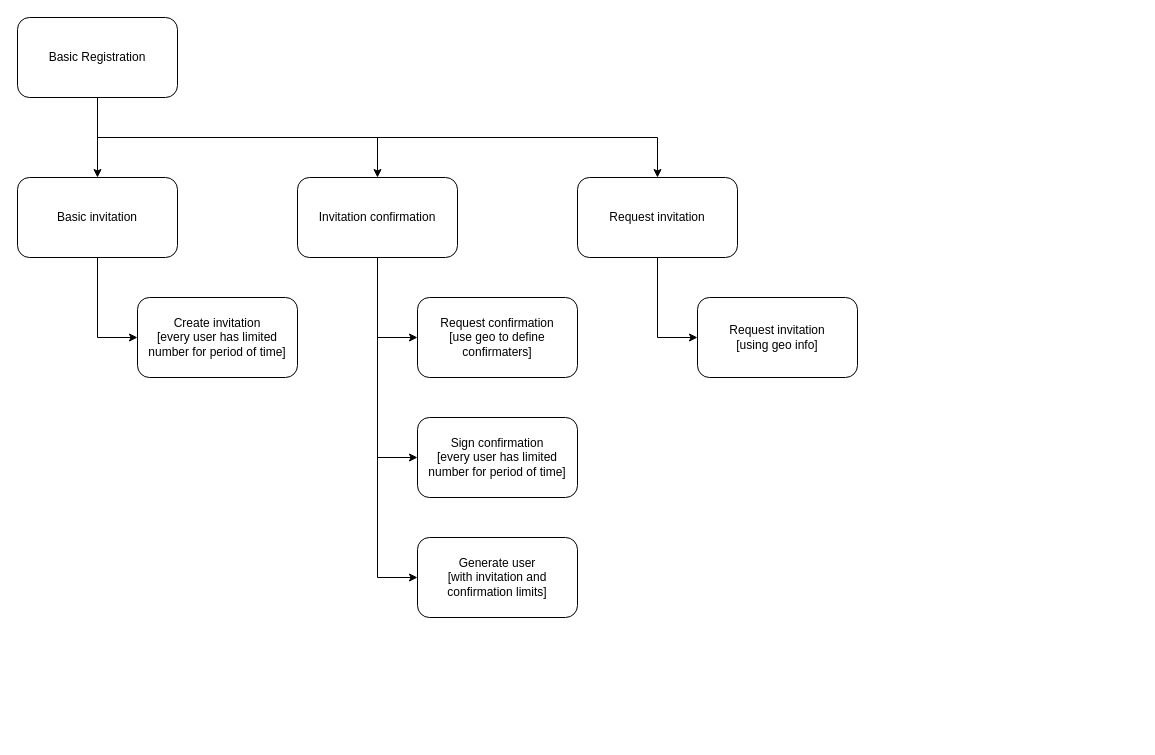
markvandal/ds.info keeps this draw.io diagram as page "Basic registration" (2 of 4) of architecture/crdesign.drawio. Above is the earlier version. Source tidied: cells renumbered, new cells numbered last; positions are measured from the earlier drawing's top-left corner, leaving out a move shared by most shapes. Both pictures are drawn from the tidied source at 100%, with x=0, y=0 at pixel (17, 17).
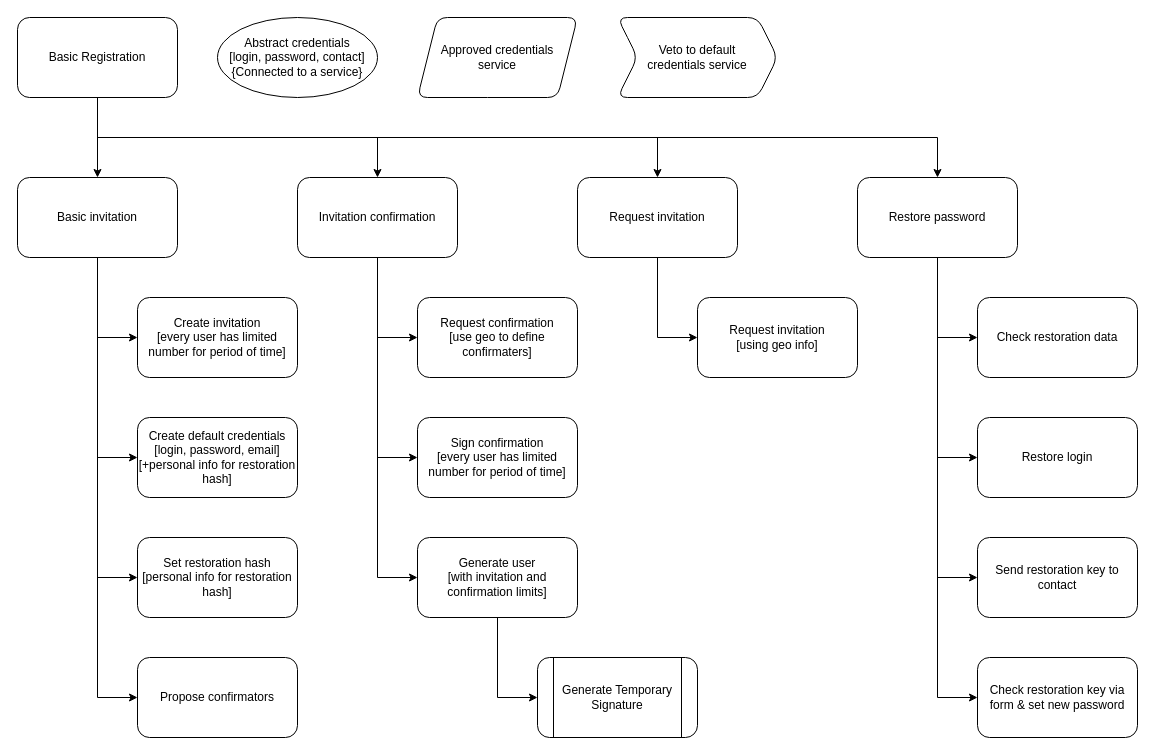
The same page after the edit.

Unchanged cells that the change refers to:
```xml
<mxCell id="5" value="Basic Registration" style="rounded=1;whiteSpace=wrap;html=1;" parent="1" vertex="1">
  <mxGeometry width="160" height="80" as="geometry" />
</mxCell>
<mxCell id="7" value="Basic invitation" style="rounded=1;whiteSpace=wrap;html=1;" parent="1" vertex="1">
  <mxGeometry y="160" width="160" height="80" as="geometry" />
</mxCell>
<mxCell id="15" value="Generate user&lt;br&gt;[with invitation and confirmation limits]" style="rounded=1;whiteSpace=wrap;html=1;" parent="1" vertex="1">
  <mxGeometry x="400" y="520" width="160" height="80" as="geometry" />
</mxCell>
```

What changed in the source:
```diff
@@
+    <mxCell id="19" style="edgeStyle=orthogonalEdgeStyle;rounded=0;jettySize=auto;html=1;exitX=0.5;exitY=1;exitDx=0;exitDy=0;" parent="1" edge="1" source="5" target="28">
+      <mxGeometry relative="1" as="geometry" />
+    </mxCell>
@@
+    <mxCell id="20" style="edgeStyle=orthogonalEdgeStyle;rounded=0;jettySize=auto;html=1;exitX=0.5;exitY=1;exitDx=0;exitDy=0;entryX=0;entryY=0.5;entryDx=0;entryDy=0;" parent="1" edge="1" source="7" target="36">
+      <mxGeometry relative="1" as="geometry" />
+    </mxCell>
+    <mxCell id="21" style="edgeStyle=orthogonalEdgeStyle;rounded=0;jettySize=auto;html=1;exitX=0.5;exitY=1;exitDx=0;exitDy=0;entryX=0;entryY=0.5;entryDx=0;entryDy=0;" parent="1" edge="1" source="7" target="38">
+      <mxGeometry relative="1" as="geometry" />
+    </mxCell>
@@
+    <mxCell id="22" style="edgeStyle=orthogonalEdgeStyle;rounded=0;jettySize=auto;html=1;exitX=0.5;exitY=1;exitDx=0;exitDy=0;entryX=0;entryY=0.5;entryDx=0;entryDy=0;" parent="1" edge="1" source="7" target="29">
+      <mxGeometry relative="1" as="geometry" />
+    </mxCell>
@@
+    <mxCell id="23" style="edgeStyle=orthogonalEdgeStyle;rounded=0;jettySize=auto;html=1;entryX=0;entryY=0.5;entryDx=0;entryDy=0;" parent="1" edge="1" source="15" target="39">
+      <mxGeometry relative="1" as="geometry" />
+    </mxCell>
@@
+    <mxCell id="24" style="edgeStyle=orthogonalEdgeStyle;rounded=0;jettySize=auto;html=1;exitX=0.5;exitY=1;exitDx=0;exitDy=0;entryX=0;entryY=0.5;entryDx=0;entryDy=0;" parent="1" edge="1" source="28" target="30">
+      <mxGeometry relative="1" as="geometry" />
+    </mxCell>
+    <mxCell id="25" style="edgeStyle=orthogonalEdgeStyle;rounded=0;jettySize=auto;html=1;exitX=0.5;exitY=1;exitDx=0;exitDy=0;entryX=0;entryY=0.5;entryDx=0;entryDy=0;" parent="1" edge="1" source="28" target="31">
+      <mxGeometry relative="1" as="geometry" />
+    </mxCell>
+    <mxCell id="26" style="edgeStyle=orthogonalEdgeStyle;rounded=0;jettySize=auto;html=1;exitX=0.5;exitY=1;exitDx=0;exitDy=0;entryX=0;entryY=0.5;entryDx=0;entryDy=0;" parent="1" edge="1" source="28" target="32">
+      <mxGeometry relative="1" as="geometry" />
+    </mxCell>
+    <mxCell id="27" style="edgeStyle=orthogonalEdgeStyle;rounded=0;jettySize=auto;html=1;exitX=0.5;exitY=1;exitDx=0;exitDy=0;entryX=0;entryY=0.5;entryDx=0;entryDy=0;" parent="1" edge="1" source="28" target="33">
+      <mxGeometry relative="1" as="geometry" />
+    </mxCell>
+    <mxCell id="28" value="Restore password" style="rounded=1;whiteSpace=wrap;html=1;" parent="1" vertex="1">
+      <mxGeometry x="840" y="160" width="160" height="80" as="geometry" />
+    </mxCell>
+    <mxCell id="29" value="Create default credentials&lt;br&gt;[login, password, email]&lt;br&gt;[+personal info for restoration hash]" style="rounded=1;whiteSpace=wrap;html=1;" parent="1" vertex="1">
+      <mxGeometry x="120" y="400" width="160" height="80" as="geometry" />
+    </mxCell>
+    <mxCell id="30" value="Check restoration data" style="rounded=1;whiteSpace=wrap;html=1;" parent="1" vertex="1">
+      <mxGeometry x="960" y="280" width="160" height="80" as="geometry" />
+    </mxCell>
+    <mxCell id="31" value="Send restoration key to contact" style="rounded=1;whiteSpace=wrap;html=1;" parent="1" vertex="1">
+      <mxGeometry x="960" y="520" width="160" height="80" as="geometry" />
+    </mxCell>
+    <mxCell id="32" value="Check restoration key via form &amp;amp; set new password" style="rounded=1;whiteSpace=wrap;html=1;" parent="1" vertex="1">
+      <mxGeometry x="960" y="640" width="160" height="80" as="geometry" />
+    </mxCell>
+    <mxCell id="33" value="Restore login" style="rounded=1;whiteSpace=wrap;html=1;" parent="1" vertex="1">
+      <mxGeometry x="960" y="400" width="160" height="80" as="geometry" />
+    </mxCell>
+    <mxCell id="34" value="Approved credentials &lt;br&gt;service" style="shape=parallelogram;perimeter=parallelogramPerimeter;whiteSpace=wrap;html=1;fixedSize=1;rounded=1;" parent="1" vertex="1">
+      <mxGeometry x="400" width="160" height="80" as="geometry" />
+    </mxCell>
+    <mxCell id="35" value="&lt;span&gt;Abstract credentials&lt;/span&gt;&lt;br&gt;&lt;span&gt;[login, password, contact]&lt;/span&gt;&lt;br&gt;&lt;span&gt;{Connected to a service}&lt;/span&gt;" style="ellipse;whiteSpace=wrap;html=1;rounded=1;" parent="1" vertex="1">
+      <mxGeometry x="200" width="160" height="80" as="geometry" />
+    </mxCell>
+    <mxCell id="36" value="Set restoration hash&lt;br&gt;[personal info for restoration hash]" style="rounded=1;whiteSpace=wrap;html=1;" parent="1" vertex="1">
+      <mxGeometry x="120" y="520" width="160" height="80" as="geometry" />
+    </mxCell>
+    <mxCell id="37" value="Veto to default &lt;br&gt;credentials service" style="shape=step;perimeter=stepPerimeter;whiteSpace=wrap;html=1;fixedSize=1;rounded=1;" parent="1" vertex="1">
+      <mxGeometry x="600" width="160" height="80" as="geometry" />
+    </mxCell>
+    <mxCell id="38" value="Propose confirmators" style="rounded=1;whiteSpace=wrap;html=1;" parent="1" vertex="1">
+      <mxGeometry x="120" y="640" width="160" height="80" as="geometry" />
+    </mxCell>
+    <mxCell id="39" value="Generate Temporary Signature" style="shape=process;whiteSpace=wrap;html=1;backgroundOutline=1;rounded=1;" parent="1" vertex="1">
+      <mxGeometry x="520" y="640" width="160" height="80" as="geometry" />
+    </mxCell>
```
